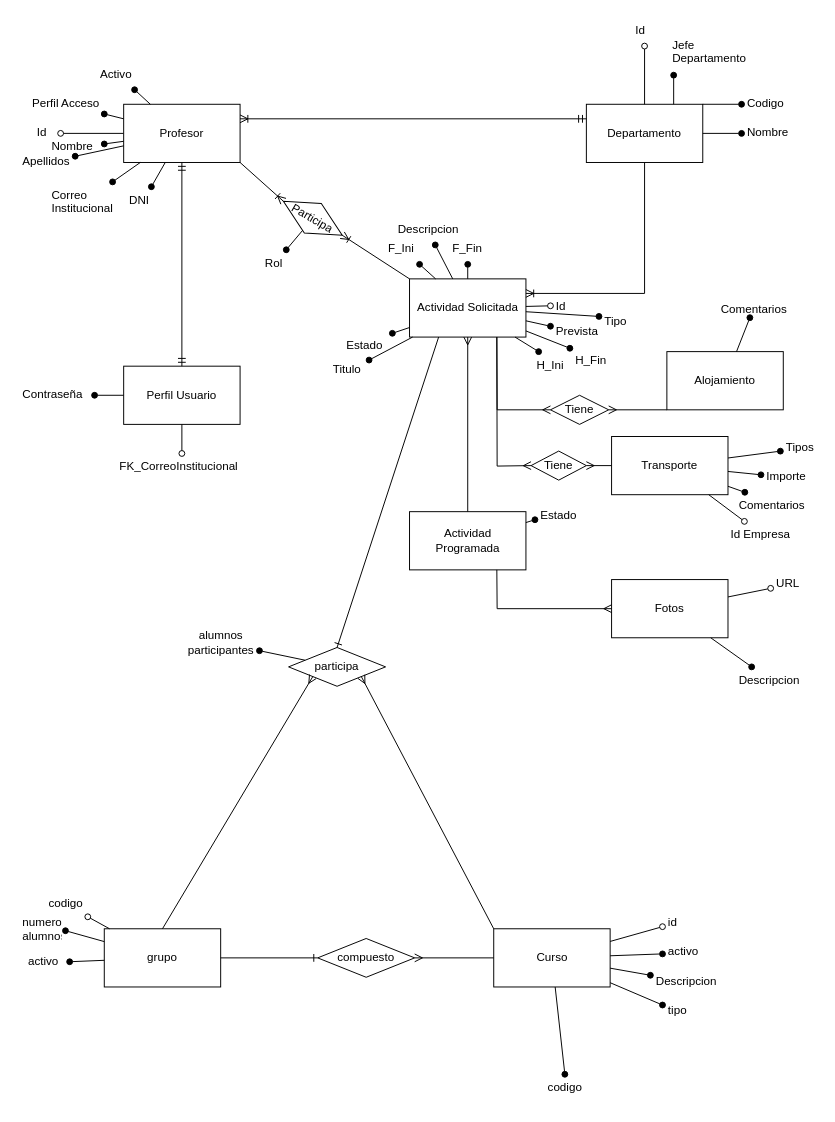
Above: Entidad Relacion Proyecto.drawio in AlbertoGfeZ/GRUPO-4-RETO (draw.io), before the change. Source tidied: cells renumbered, new cells numbered last; positions are measured from the earlier drawing's top-left corner, leaving out a move shared by most shapes. Both pictures are drawn from the tidied source at 97%, with x=0, y=0 at pixel (16, 16).
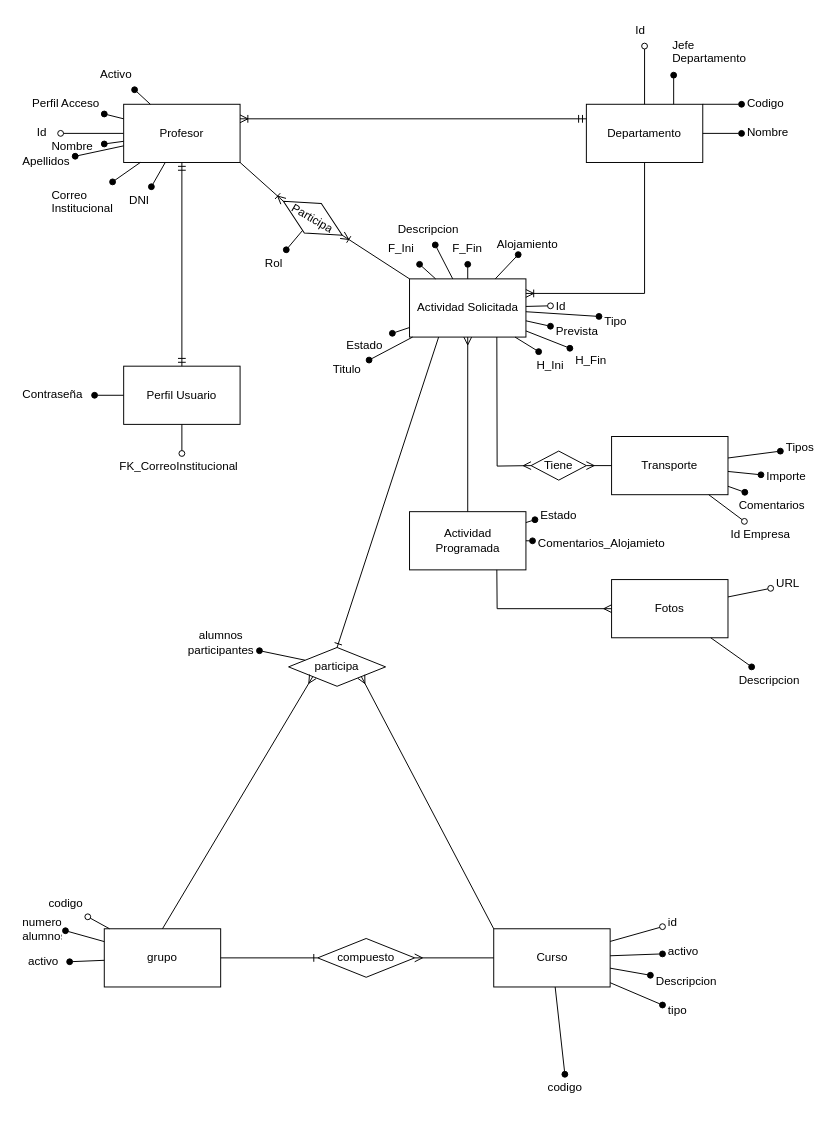
The same page after the edit.

Unchanged cells that the change refers to:
```xml
<mxCell id="33" value="Actividad Solicitada" style="whiteSpace=wrap;html=1;" parent="1" vertex="1">
  <mxGeometry x="404.7" y="270" width="120" height="60" as="geometry" />
</mxCell>
<mxCell id="64" value="Actividad Programada" style="whiteSpace=wrap;html=1;" parent="1" vertex="1">
  <mxGeometry x="404.7" y="510" width="120" height="60" as="geometry" />
</mxCell>
```

Diff of the diagram source:
```diff
@@
-    <mxCell id="69" value="Alojamiento" style="whiteSpace=wrap;html=1;" parent="1" vertex="1">
-      <mxGeometry x="670" y="345" width="120" height="60" as="geometry" />
-    </mxCell>
-    <mxCell id="70" value="Tiene" style="shape=rhombus;perimeter=rhombusPerimeter;whiteSpace=wrap;html=1;align=center;rotation=0;" parent="1" vertex="1">
-      <mxGeometry x="550" y="390" width="60" height="30" as="geometry" />
-    </mxCell>
-    <mxCell id="71" style="fontSize=12;html=1;endArrow=ERmany;rounded=0;entryX=0;entryY=0.5;entryDx=0;entryDy=0;exitX=0.75;exitY=1;exitDx=0;exitDy=0;" parent="1" edge="1" source="33" target="70">
-      <mxGeometry relative="1" as="geometry">
-        <Array as="points">
-          <mxPoint x="495" y="405" />
-        </Array>
-      </mxGeometry>
-    </mxCell>
-    <mxCell id="72" style="fontSize=12;html=1;endArrow=ERmany;rounded=0;entryX=1;entryY=0.5;entryDx=0;entryDy=0;exitX=0;exitY=1;exitDx=0;exitDy=0;" parent="1" edge="1" source="69" target="70">
-      <mxGeometry relative="1" as="geometry" />
-    </mxCell>
-    <mxCell id="73" value="Comentarios" style="text;strokeColor=none;fillColor=none;spacingLeft=4;spacingRight=4;overflow=hidden;points=[[0,0.5],[1,0.5]];portConstraint=eastwest;fontSize=12;" parent="1" vertex="1">
-      <mxGeometry x="720" y="287.5" width="80" height="22.5" as="geometry" />
+    <mxCell id="73" value="Comentarios_Alojamieto" style="text;strokeColor=none;fillColor=none;spacingLeft=4;spacingRight=4;overflow=hidden;points=[[0,0.5],[1,0.5]];portConstraint=eastwest;fontSize=12;" parent="1" vertex="1">
+      <mxGeometry x="531.5" y="528.8" width="148.5" height="22.5" as="geometry" />
     </mxCell>
-    <mxCell id="74" style="edgeStyle=none;rounded=0;jettySize=auto;html=1;endArrow=oval;endFill=1;" parent="1" edge="1" source="69" target="73">
+    <mxCell id="74" style="edgeStyle=none;rounded=0;jettySize=auto;html=1;endArrow=oval;endFill=1;" parent="1" edge="1" source="64" target="73">
       <mxGeometry relative="1" as="geometry" />
     </mxCell>
@@
+    <mxCell id="115" style="edgeStyle=none;rounded=0;jettySize=auto;html=1;endArrow=oval;endFill=1;" parent="1" edge="1" source="33" target="69">
+      <mxGeometry relative="1" as="geometry" />
+    </mxCell>
+    <mxCell id="69" value="Alojamiento" style="text;html=1;align=center;verticalAlign=middle;points=[];strokeColor=none;fillColor=none;" parent="1" vertex="1">
+      <mxGeometry x="486.2" y="225" width="80" height="20" as="geometry" />
+    </mxCell>
```
